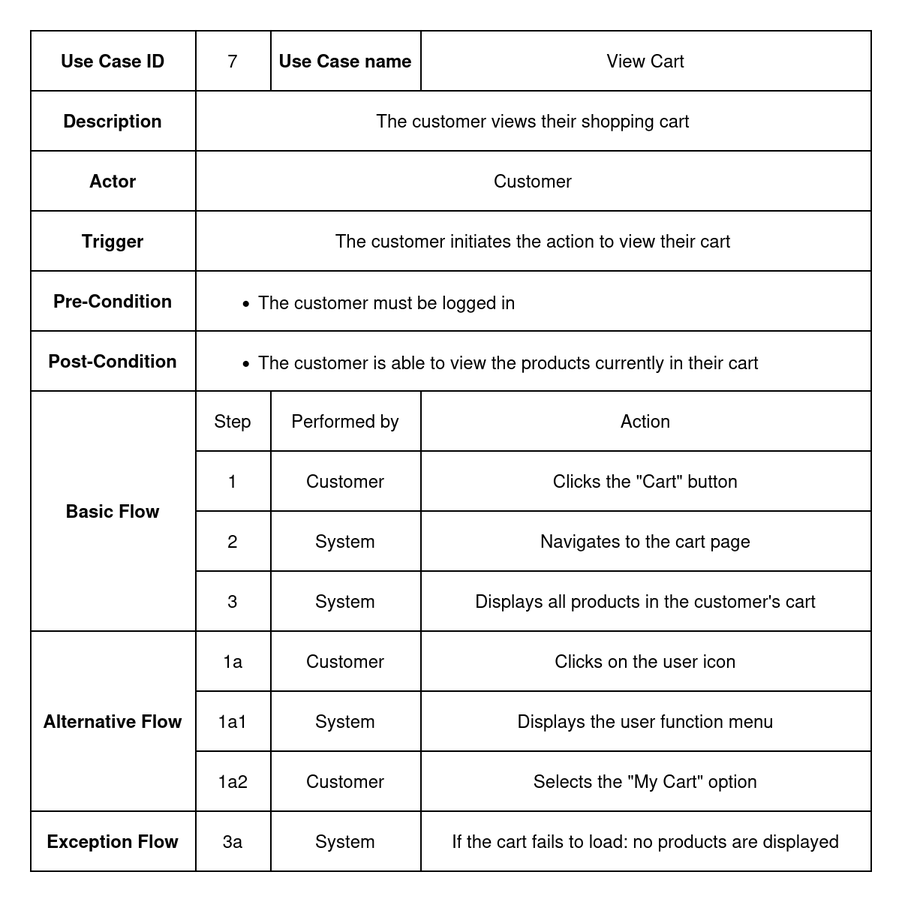
Earlier version of the draw.io export documentation/Images/usecase_metadata_card/uc_7_view_cart.drawio.png (auphong2707/itse-laptopshop-management-web-application). Source tidied: cells renumbered, new cells last; positions are measured from the earlier drawing's top-left corner, leaving out a move shared by most shapes. Source of this version:
```xml
<mxGraphModel>
  <root>
    <mxCell id="0" />
    <mxCell id="1" parent="0" />
    <mxCell id="2" style="shape=table;startSize=0;fontStyle=0;" parent="1" vertex="1">
      <mxGeometry width="560" height="560" as="geometry" />
    </mxCell>
    <mxCell id="3" style="shape=tableRow;horizontal=0;startSize=0;swimlaneHead=0;swimlaneBody=0;strokeColor=inherit;top=0;left=0;bottom=0;right=0;fillColor=none;" parent="2" vertex="1">
      <mxGeometry width="560" height="40" as="geometry" />
    </mxCell>
    <mxCell id="4" value="Use Case ID" style="shape=partialRectangle;html=1;whiteSpace=wrap;strokeColor=inherit;overflow=hidden;fillColor=none;top=0;left=0;bottom=0;right=0;fontStyle=1;" parent="3" vertex="1">
      <mxGeometry width="110" height="40" as="geometry" />
    </mxCell>
    <mxCell id="5" value="7" style="shape=partialRectangle;html=1;whiteSpace=wrap;strokeColor=inherit;overflow=hidden;fillColor=none;top=0;left=0;bottom=0;right=0;" parent="3" vertex="1">
      <mxGeometry x="110" width="50" height="40" as="geometry" />
    </mxCell>
    <mxCell id="6" value="Use Case name" style="shape=partialRectangle;html=1;whiteSpace=wrap;strokeColor=inherit;overflow=hidden;fillColor=none;top=0;left=0;bottom=0;right=0;fontStyle=1;" parent="3" vertex="1">
      <mxGeometry x="160" width="100" height="40" as="geometry" />
    </mxCell>
    <mxCell id="7" value="View Cart" style="shape=partialRectangle;html=1;whiteSpace=wrap;strokeColor=inherit;overflow=hidden;fillColor=none;top=0;left=0;bottom=0;right=0;" parent="3" vertex="1">
      <mxGeometry x="260" width="300" height="40" as="geometry" />
    </mxCell>
    <mxCell id="8" style="shape=tableRow;horizontal=0;startSize=0;swimlaneHead=0;swimlaneBody=0;strokeColor=inherit;top=0;left=0;bottom=0;right=0;fillColor=none;" parent="2" vertex="1">
      <mxGeometry y="40" width="560" height="40" as="geometry" />
    </mxCell>
    <mxCell id="9" value="Description" style="shape=partialRectangle;html=1;whiteSpace=wrap;strokeColor=inherit;overflow=hidden;fillColor=none;top=0;left=0;bottom=0;right=0;fontStyle=1;" parent="8" vertex="1">
      <mxGeometry width="110" height="40" as="geometry" />
    </mxCell>
    <mxCell id="10" value="The customer views their shopping cart" style="shape=partialRectangle;html=1;whiteSpace=wrap;strokeColor=inherit;overflow=hidden;fillColor=none;top=0;left=0;bottom=0;right=0;rowspan=1;colspan=3;" parent="8" vertex="1">
      <mxGeometry x="110" width="450" height="40" as="geometry" />
    </mxCell>
    <mxCell id="11" style="shape=tableRow;horizontal=0;startSize=0;swimlaneHead=0;swimlaneBody=0;strokeColor=inherit;top=0;left=0;bottom=0;right=0;fillColor=none;" parent="2" vertex="1">
      <mxGeometry y="80" width="560" height="40" as="geometry" />
    </mxCell>
    <mxCell id="12" value="Actor" style="shape=partialRectangle;html=1;whiteSpace=wrap;strokeColor=inherit;overflow=hidden;fillColor=none;top=0;left=0;bottom=0;right=0;fontStyle=1;" parent="11" vertex="1">
      <mxGeometry width="110" height="40" as="geometry" />
    </mxCell>
    <mxCell id="13" value="Customer" style="shape=partialRectangle;html=1;whiteSpace=wrap;strokeColor=inherit;overflow=hidden;fillColor=none;top=0;left=0;bottom=0;right=0;rowspan=1;colspan=3;" parent="11" vertex="1">
      <mxGeometry x="110" width="450" height="40" as="geometry" />
    </mxCell>
    <mxCell id="14" style="shape=tableRow;horizontal=0;startSize=0;swimlaneHead=0;swimlaneBody=0;strokeColor=inherit;top=0;left=0;bottom=0;right=0;fillColor=none;" parent="2" vertex="1">
      <mxGeometry y="120" width="560" height="40" as="geometry" />
    </mxCell>
    <mxCell id="15" value="Trigger" style="shape=partialRectangle;html=1;whiteSpace=wrap;strokeColor=inherit;overflow=hidden;fillColor=none;top=0;left=0;bottom=0;right=0;fontStyle=1;" parent="14" vertex="1">
      <mxGeometry width="110" height="40" as="geometry" />
    </mxCell>
    <mxCell id="16" value="The customer initiates the action to view their cart" style="shape=partialRectangle;html=1;whiteSpace=wrap;strokeColor=inherit;overflow=hidden;fillColor=none;top=0;left=0;bottom=0;right=0;rowspan=1;colspan=3;" parent="14" vertex="1">
      <mxGeometry x="110" width="450" height="40" as="geometry" />
    </mxCell>
    <mxCell id="17" style="shape=tableRow;horizontal=0;startSize=0;swimlaneHead=0;swimlaneBody=0;strokeColor=inherit;top=0;left=0;bottom=0;right=0;fillColor=none;" parent="2" vertex="1">
      <mxGeometry y="160" width="560" height="40" as="geometry" />
    </mxCell>
    <mxCell id="18" value="Pre-Condition" style="shape=partialRectangle;html=1;whiteSpace=wrap;strokeColor=inherit;overflow=hidden;fillColor=none;top=0;left=0;bottom=0;right=0;fontStyle=1;" parent="17" vertex="1">
      <mxGeometry width="110" height="40" as="geometry" />
    </mxCell>
    <mxCell id="19" value="&lt;ul style=&quot;&quot;&gt;&lt;li&gt;The customer must be logged in&lt;/li&gt;&lt;/ul&gt;" style="shape=partialRectangle;html=1;whiteSpace=wrap;strokeColor=inherit;overflow=hidden;fillColor=none;top=0;left=0;bottom=0;right=0;rowspan=1;colspan=3;align=left;" parent="17" vertex="1">
      <mxGeometry x="110" width="450" height="40" as="geometry" />
    </mxCell>
    <mxCell id="20" style="shape=tableRow;horizontal=0;startSize=0;swimlaneHead=0;swimlaneBody=0;strokeColor=inherit;top=0;left=0;bottom=0;right=0;fillColor=none;" parent="2" vertex="1">
      <mxGeometry y="200" width="560" height="40" as="geometry" />
    </mxCell>
    <mxCell id="21" value="Post-Condition" style="shape=partialRectangle;html=1;whiteSpace=wrap;strokeColor=inherit;overflow=hidden;fillColor=none;top=0;left=0;bottom=0;right=0;fontStyle=1;" parent="20" vertex="1">
      <mxGeometry width="110" height="40" as="geometry" />
    </mxCell>
    <mxCell id="22" value="&lt;ul&gt;&lt;li&gt;The customer is able to view the products currently in their cart&lt;/li&gt;&lt;/ul&gt;" style="shape=partialRectangle;html=1;whiteSpace=wrap;strokeColor=inherit;overflow=hidden;fillColor=none;top=0;left=0;bottom=0;right=0;rowspan=1;colspan=3;align=left;" parent="20" vertex="1">
      <mxGeometry x="110" width="450" height="40" as="geometry" />
    </mxCell>
    <mxCell id="23" style="shape=tableRow;horizontal=0;startSize=0;swimlaneHead=0;swimlaneBody=0;strokeColor=inherit;top=0;left=0;bottom=0;right=0;fillColor=none;" parent="2" vertex="1">
      <mxGeometry y="240" width="560" height="40" as="geometry" />
    </mxCell>
    <mxCell id="24" value="Basic Flow" style="shape=partialRectangle;html=1;whiteSpace=wrap;strokeColor=inherit;overflow=hidden;fillColor=none;top=0;left=0;bottom=0;right=0;fontStyle=1;rowspan=4;colspan=1;" parent="23" vertex="1">
      <mxGeometry width="110" height="160" as="geometry" />
    </mxCell>
    <mxCell id="25" value="Step" style="shape=partialRectangle;html=1;whiteSpace=wrap;strokeColor=inherit;overflow=hidden;fillColor=none;top=0;left=0;bottom=0;right=0;" parent="23" vertex="1">
      <mxGeometry x="110" width="50" height="40" as="geometry" />
    </mxCell>
    <mxCell id="26" value="Performed by" style="shape=partialRectangle;html=1;whiteSpace=wrap;strokeColor=inherit;overflow=hidden;fillColor=none;top=0;left=0;bottom=0;right=0;" parent="23" vertex="1">
      <mxGeometry x="160" width="100" height="40" as="geometry" />
    </mxCell>
    <mxCell id="27" value="Action" style="shape=partialRectangle;html=1;whiteSpace=wrap;strokeColor=inherit;overflow=hidden;fillColor=none;top=0;left=0;bottom=0;right=0;" parent="23" vertex="1">
      <mxGeometry x="260" width="300" height="40" as="geometry" />
    </mxCell>
    <mxCell id="28" style="shape=tableRow;horizontal=0;startSize=0;swimlaneHead=0;swimlaneBody=0;strokeColor=inherit;top=0;left=0;bottom=0;right=0;fillColor=none;" parent="2" vertex="1">
      <mxGeometry y="280" width="560" height="40" as="geometry" />
    </mxCell>
    <mxCell id="29" value="1" style="shape=partialRectangle;html=1;whiteSpace=wrap;strokeColor=inherit;overflow=hidden;fillColor=none;top=0;left=0;bottom=0;right=0;" parent="28" vertex="1">
      <mxGeometry x="110" width="50" height="40" as="geometry" />
    </mxCell>
    <mxCell id="30" value="Customer" style="shape=partialRectangle;html=1;whiteSpace=wrap;strokeColor=inherit;overflow=hidden;fillColor=none;top=0;left=0;bottom=0;right=0;" parent="28" vertex="1">
      <mxGeometry x="160" width="100" height="40" as="geometry" />
    </mxCell>
    <mxCell id="31" value="Clicks the &quot;Cart&quot; button" style="shape=partialRectangle;html=1;whiteSpace=wrap;strokeColor=inherit;overflow=hidden;fillColor=none;top=0;left=0;bottom=0;right=0;fontStyle=0;" parent="28" vertex="1">
      <mxGeometry x="260" width="300" height="40" as="geometry" />
    </mxCell>
    <mxCell id="32" style="shape=tableRow;horizontal=0;startSize=0;swimlaneHead=0;swimlaneBody=0;strokeColor=inherit;top=0;left=0;bottom=0;right=0;fillColor=none;" parent="2" vertex="1">
      <mxGeometry y="320" width="560" height="40" as="geometry" />
    </mxCell>
    <mxCell id="33" value="2" style="shape=partialRectangle;html=1;whiteSpace=wrap;strokeColor=inherit;overflow=hidden;fillColor=none;top=0;left=0;bottom=0;right=0;" parent="32" vertex="1">
      <mxGeometry x="110" width="50" height="40" as="geometry" />
    </mxCell>
    <mxCell id="34" value="System" style="shape=partialRectangle;html=1;whiteSpace=wrap;strokeColor=inherit;overflow=hidden;fillColor=none;top=0;left=0;bottom=0;right=0;" parent="32" vertex="1">
      <mxGeometry x="160" width="100" height="40" as="geometry" />
    </mxCell>
    <mxCell id="35" value="Navigates to the cart page" style="shape=partialRectangle;html=1;whiteSpace=wrap;strokeColor=inherit;overflow=hidden;fillColor=none;top=0;left=0;bottom=0;right=0;fontStyle=0;" parent="32" vertex="1">
      <mxGeometry x="260" width="300" height="40" as="geometry" />
    </mxCell>
    <mxCell id="36" style="shape=tableRow;horizontal=0;startSize=0;swimlaneHead=0;swimlaneBody=0;strokeColor=inherit;top=0;left=0;bottom=0;right=0;fillColor=none;" parent="2" vertex="1">
      <mxGeometry y="360" width="560" height="40" as="geometry" />
    </mxCell>
    <mxCell id="37" value="3" style="shape=partialRectangle;html=1;whiteSpace=wrap;strokeColor=inherit;overflow=hidden;fillColor=none;top=0;left=0;bottom=0;right=0;" parent="36" vertex="1">
      <mxGeometry x="110" width="50" height="40" as="geometry" />
    </mxCell>
    <mxCell id="38" value="System" style="shape=partialRectangle;html=1;whiteSpace=wrap;strokeColor=inherit;overflow=hidden;fillColor=none;top=0;left=0;bottom=0;right=0;" parent="36" vertex="1">
      <mxGeometry x="160" width="100" height="40" as="geometry" />
    </mxCell>
    <mxCell id="39" value="Displays all products in the customer's cart" style="shape=partialRectangle;html=1;whiteSpace=wrap;strokeColor=inherit;overflow=hidden;fillColor=none;top=0;left=0;bottom=0;right=0;" parent="36" vertex="1">
      <mxGeometry x="260" width="300" height="40" as="geometry" />
    </mxCell>
    <mxCell id="40" style="shape=tableRow;horizontal=0;startSize=0;swimlaneHead=0;swimlaneBody=0;strokeColor=inherit;top=0;left=0;bottom=0;right=0;fillColor=none;" parent="2" vertex="1">
      <mxGeometry y="400" width="560" height="40" as="geometry" />
    </mxCell>
    <mxCell id="41" value="Alternative Flow" style="shape=partialRectangle;html=1;whiteSpace=wrap;strokeColor=inherit;overflow=hidden;fillColor=none;top=0;left=0;bottom=0;right=0;fontStyle=1;rowspan=3;colspan=1;" parent="40" vertex="1">
      <mxGeometry width="110" height="120" as="geometry" />
    </mxCell>
    <mxCell id="42" value="1a" style="shape=partialRectangle;html=1;whiteSpace=wrap;strokeColor=inherit;overflow=hidden;fillColor=none;top=0;left=0;bottom=0;right=0;" parent="40" vertex="1">
      <mxGeometry x="110" width="50" height="40" as="geometry" />
    </mxCell>
    <mxCell id="43" value="Customer" style="shape=partialRectangle;html=1;whiteSpace=wrap;strokeColor=inherit;overflow=hidden;fillColor=none;top=0;left=0;bottom=0;right=0;" parent="40" vertex="1">
      <mxGeometry x="160" width="100" height="40" as="geometry" />
    </mxCell>
    <mxCell id="44" value="Clicks on the user icon" style="shape=partialRectangle;html=1;whiteSpace=wrap;strokeColor=inherit;overflow=hidden;fillColor=none;top=0;left=0;bottom=0;right=0;" parent="40" vertex="1">
      <mxGeometry x="260" width="300" height="40" as="geometry" />
    </mxCell>
    <mxCell id="45" style="shape=tableRow;horizontal=0;startSize=0;swimlaneHead=0;swimlaneBody=0;strokeColor=inherit;top=0;left=0;bottom=0;right=0;fillColor=none;" parent="2" vertex="1">
      <mxGeometry y="440" width="560" height="40" as="geometry" />
    </mxCell>
    <mxCell id="46" value="1a1" style="shape=partialRectangle;html=1;whiteSpace=wrap;strokeColor=inherit;overflow=hidden;fillColor=none;top=0;left=0;bottom=0;right=0;" parent="45" vertex="1">
      <mxGeometry x="110" width="50" height="40" as="geometry" />
    </mxCell>
    <mxCell id="47" value="System" style="shape=partialRectangle;html=1;whiteSpace=wrap;strokeColor=inherit;overflow=hidden;fillColor=none;top=0;left=0;bottom=0;right=0;" parent="45" vertex="1">
      <mxGeometry x="160" width="100" height="40" as="geometry" />
    </mxCell>
    <mxCell id="48" value="Displays the user function menu" style="shape=partialRectangle;html=1;whiteSpace=wrap;strokeColor=inherit;overflow=hidden;fillColor=none;top=0;left=0;bottom=0;right=0;" parent="45" vertex="1">
      <mxGeometry x="260" width="300" height="40" as="geometry" />
    </mxCell>
    <mxCell id="49" style="shape=tableRow;horizontal=0;startSize=0;swimlaneHead=0;swimlaneBody=0;strokeColor=inherit;top=0;left=0;bottom=0;right=0;fillColor=none;" parent="2" vertex="1">
      <mxGeometry y="480" width="560" height="40" as="geometry" />
    </mxCell>
    <mxCell id="50" value="1a2" style="shape=partialRectangle;html=1;whiteSpace=wrap;strokeColor=inherit;overflow=hidden;fillColor=none;top=0;left=0;bottom=0;right=0;" parent="49" vertex="1">
      <mxGeometry x="110" width="50" height="40" as="geometry" />
    </mxCell>
    <mxCell id="51" value="Customer" style="shape=partialRectangle;html=1;whiteSpace=wrap;strokeColor=inherit;overflow=hidden;fillColor=none;top=0;left=0;bottom=0;right=0;" parent="49" vertex="1">
      <mxGeometry x="160" width="100" height="40" as="geometry" />
    </mxCell>
    <mxCell id="52" value="Selects the &lt;span&gt;&quot;My Cart&quot;&lt;/span&gt; option" style="shape=partialRectangle;html=1;whiteSpace=wrap;strokeColor=inherit;overflow=hidden;fillColor=none;top=0;left=0;bottom=0;right=0;" parent="49" vertex="1">
      <mxGeometry x="260" width="300" height="40" as="geometry" />
    </mxCell>
    <mxCell id="53" style="shape=tableRow;horizontal=0;startSize=0;swimlaneHead=0;swimlaneBody=0;strokeColor=inherit;top=0;left=0;bottom=0;right=0;fillColor=none;" parent="2" vertex="1">
      <mxGeometry y="520" width="560" height="40" as="geometry" />
    </mxCell>
    <mxCell id="54" value="Exception Flow" style="shape=partialRectangle;html=1;whiteSpace=wrap;strokeColor=inherit;overflow=hidden;fillColor=none;top=0;left=0;bottom=0;right=0;rowspan=6;colspan=1;fontStyle=1;" parent="53" vertex="1">
      <mxGeometry width="110" height="40" as="geometry" />
    </mxCell>
    <mxCell id="55" value="3a" style="shape=partialRectangle;html=1;whiteSpace=wrap;strokeColor=inherit;overflow=hidden;fillColor=none;top=0;left=0;bottom=0;right=0;" parent="53" vertex="1">
      <mxGeometry x="110" width="50" height="40" as="geometry" />
    </mxCell>
    <mxCell id="56" value="System" style="shape=partialRectangle;html=1;whiteSpace=wrap;strokeColor=inherit;overflow=hidden;fillColor=none;top=0;left=0;bottom=0;right=0;" parent="53" vertex="1">
      <mxGeometry x="160" width="100" height="40" as="geometry" />
    </mxCell>
    <mxCell id="57" value="If the cart fails to load: no products are displayed" style="shape=partialRectangle;html=1;whiteSpace=wrap;strokeColor=inherit;overflow=hidden;fillColor=none;top=0;left=0;bottom=0;right=0;" parent="53" vertex="1">
      <mxGeometry x="260" width="300" height="40" as="geometry" />
    </mxCell>
  </root>
</mxGraphModel>
```
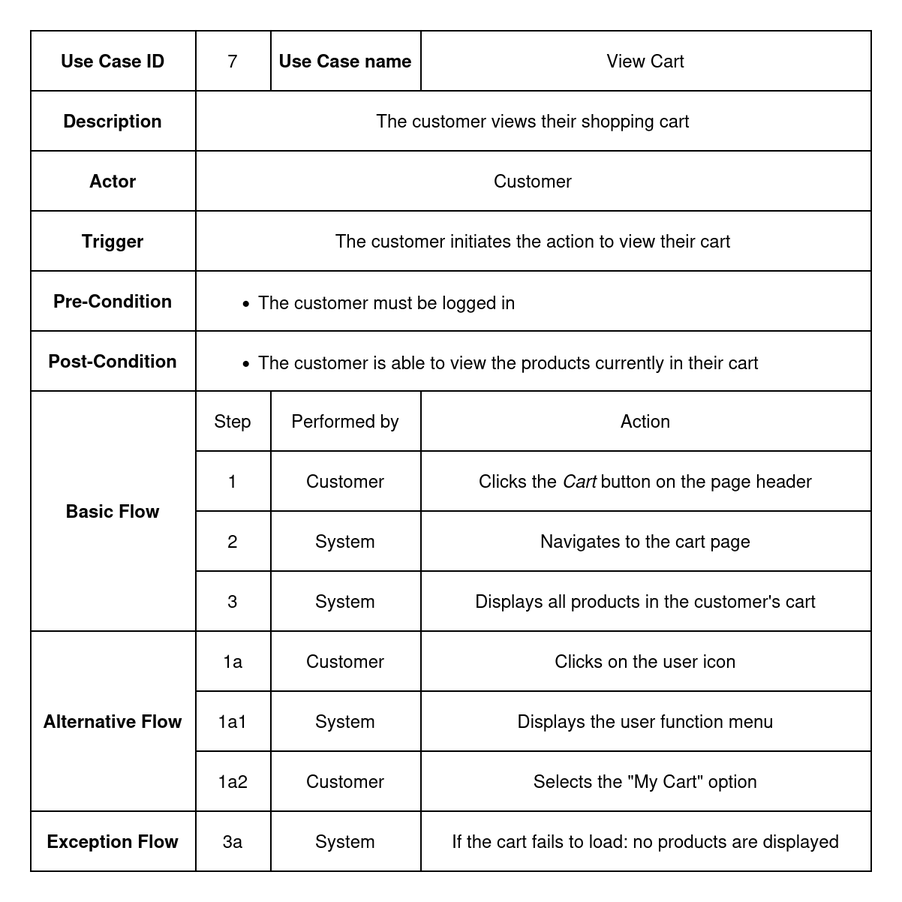
After the change.

Diff of the diagram source:
```diff
@@ -89,7 +89,7 @@
     <mxCell id="30" value="Customer" style="shape=partialRectangle;html=1;whiteSpace=wrap;strokeColor=inherit;overflow=hidden;fillColor=none;top=0;left=0;bottom=0;right=0;" parent="28" vertex="1">
       <mxGeometry x="160" width="100" height="40" as="geometry" />
     </mxCell>
-    <mxCell id="31" value="Clicks the &quot;Cart&quot; button" style="shape=partialRectangle;html=1;whiteSpace=wrap;strokeColor=inherit;overflow=hidden;fillColor=none;top=0;left=0;bottom=0;right=0;fontStyle=0;" parent="28" vertex="1">
+    <mxCell id="31" value="Clicks the &lt;i&gt;Cart&lt;/i&gt; button on the page header" style="shape=partialRectangle;html=1;whiteSpace=wrap;strokeColor=inherit;overflow=hidden;fillColor=none;top=0;left=0;bottom=0;right=0;fontStyle=0;" parent="28" vertex="1">
       <mxGeometry x="260" width="300" height="40" as="geometry" />
     </mxCell>
     <mxCell id="32" style="shape=tableRow;horizontal=0;startSize=0;swimlaneHead=0;swimlaneBody=0;strokeColor=inherit;top=0;left=0;bottom=0;right=0;fillColor=none;" parent="2" vertex="1">
```
